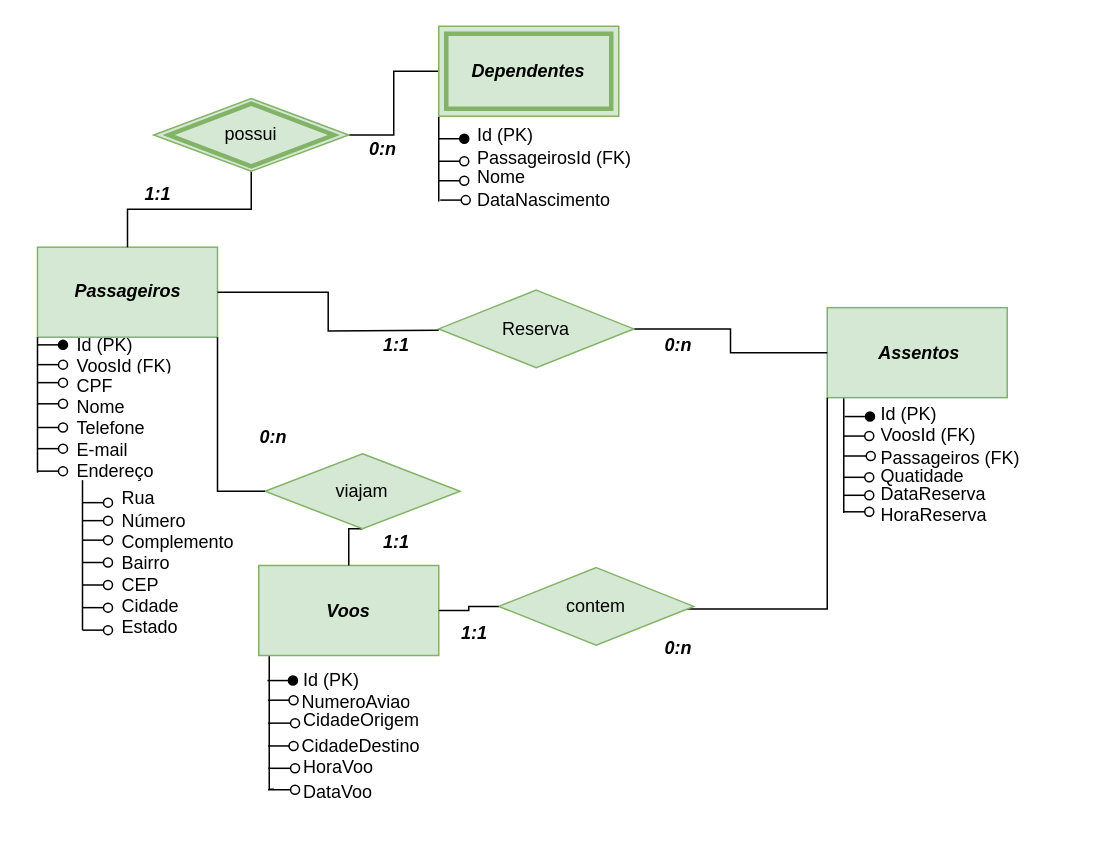
Earlier version of the draw.io diagram Cópia do Trabalho Prático.drawio (Kauasevergnini2475/Projetos-de-Software). Source tidied: cells renumbered, new cells numbered last; positions are measured from the earlier drawing's top-left corner, leaving out a move shared by most shapes. Both pictures are drawn from the tidied source at 150%, with x=0, y=0 at pixel (36, 26).
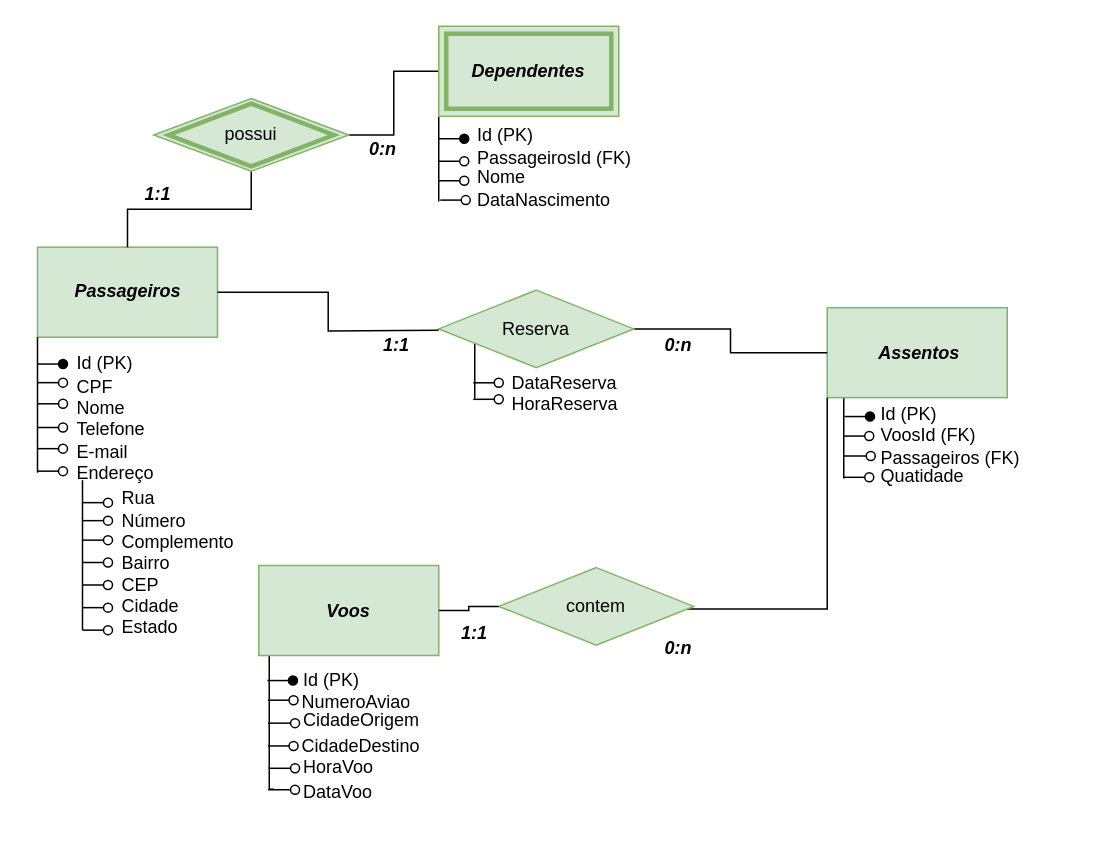
The same diagram, later.

Unchanged cells that the change refers to:
```xml
<mxCell id="6" style="group;" parent="5" vertex="1">
  <mxGeometry width="120" height="60" as="geometry" />
</mxCell>
<mxCell id="9" style="group;" parent="8" vertex="1">
  <mxGeometry width="120" height="60" as="geometry" />
</mxCell>
```

The edit, as a diff of the source:
```diff
@@
+    <mxCell id="86" style="endArrow=none;html=1;rounded=0;" parent="1" edge="1">
+      <mxGeometry relative="1" as="geometry">
+        <mxPoint x="292" y="248.1" as="sourcePoint" />
+        <mxPoint x="292" y="200" as="targetPoint" />
+      </mxGeometry>
+    </mxCell>
     <mxCell id="2" style="endArrow=none;html=1;rounded=0;" parent="1" edge="1">
       <mxGeometry relative="1" as="geometry">
-        <mxPoint x="538" y="324.5" as="sourcePoint" />
-        <mxPoint x="538" y="237.1" as="targetPoint" />
+        <mxPoint x="538" y="301.5" as="sourcePoint" />
+        <mxPoint x="538" y="214.1" as="targetPoint" />
       </mxGeometry>
     </mxCell>
@@
-    <mxCell id="28" value="Id (PK)&lt;br&gt;VoosId (FK)" style="text;strokeColor=none;fillColor=none;align=left;verticalAlign=middle;spacingLeft=4;spacingRight=4;overflow=hidden;whiteSpace=wrap;html=1;" parent="1" vertex="1">
-      <mxGeometry x="20.5" y="202.6" width="80" height="30" as="geometry" />
+    <mxCell id="28" value="Id (PK)&lt;br&gt;" style="text;strokeColor=none;fillColor=none;align=left;verticalAlign=middle;spacingLeft=4;spacingRight=4;overflow=hidden;whiteSpace=wrap;html=1;" parent="1" vertex="1">
+      <mxGeometry x="20.5" y="210" width="80" height="30" as="geometry" />
     </mxCell>
     <mxCell id="29" value="CPF&lt;br&gt;Nome Telefone&lt;br&gt;E-mail Endereço" style="text;strokeColor=none;fillColor=none;align=left;verticalAlign=middle;spacingLeft=4;spacingRight=4;overflow=hidden;whiteSpace=wrap;html=1;" parent="1" vertex="1">
-      <mxGeometry x="20.5" y="227.6" width="90" height="80" as="geometry" />
+      <mxGeometry x="20.5" y="230" width="90" height="77.6" as="geometry" />
     </mxCell>
@@
     <mxCell id="33" value="&lt;br&gt;DataReserva&lt;br&gt;HoraReserva" style="text;strokeColor=none;fillColor=none;align=left;verticalAlign=middle;spacingLeft=4;spacingRight=4;overflow=hidden;whiteSpace=wrap;html=1;" parent="1" vertex="1">
-      <mxGeometry x="557" y="288.5" width="140" height="43.8" as="geometry" />
+      <mxGeometry x="311" y="214" width="140" height="43.8" as="geometry" />
     </mxCell>
-    <mxCell id="34" style="edgeStyle=orthogonalEdgeStyle;rounded=0;jettySize=auto;html=1;exitX=0.5;exitY=1;exitDx=0;exitDy=0;entryX=0.5;entryY=0;entryDx=0;entryDy=0;endArrow=none;endFill=0;" parent="1" edge="1" source="35" target="6">
-      <mxGeometry relative="1" as="geometry" />
-    </mxCell>
-    <mxCell id="35" value="viajam" style="rhombus;whiteSpace=wrap;html=1;fillColor=#d5e8d4;strokeColor=#82b366;" parent="1" vertex="1">
-      <mxGeometry x="152.2" y="285" width="130" height="50" as="geometry" />
-    </mxCell>
@@
     <mxCell id="65" style="edgeStyle=orthogonalEdgeStyle;rounded=0;orthogonalLoop=1;jettySize=auto;html=1;exitX=0.59;exitY=0.997;exitDx=0;exitDy=0;endArrow=oval;endFill=1;exitPerimeter=0;" parent="1" edge="1">
       <mxGeometry relative="1" as="geometry">
-        <mxPoint x="0.5" y="212.4" as="sourcePoint" />
-        <mxPoint x="17.5" y="212.4" as="targetPoint" />
+        <mxPoint x="0.5" y="225.2" as="sourcePoint" />
+        <mxPoint x="17.5" y="225.2" as="targetPoint" />
       </mxGeometry>
     </mxCell>
@@
-    <mxCell id="74" style="edgeStyle=orthogonalEdgeStyle;rounded=0;jettySize=auto;html=1;exitX=1;exitY=1;exitDx=0;exitDy=0;entryX=0;entryY=0.5;entryDx=0;entryDy=0;endArrow=none;endFill=0;" parent="1" edge="1" source="9" target="35">
-      <mxGeometry relative="1" as="geometry" />
-    </mxCell>
-    <mxCell id="75" style="edgeStyle=orthogonalEdgeStyle;rounded=0;orthogonalLoop=1;jettySize=auto;html=1;exitX=0.59;exitY=0.997;exitDx=0;exitDy=0;endArrow=oval;endFill=0;exitPerimeter=0;" parent="1" edge="1">
-      <mxGeometry relative="1" as="geometry">
-        <mxPoint x="0.5" y="225.6" as="sourcePoint" />
-        <mxPoint x="17.5" y="225.6" as="targetPoint" />
-      </mxGeometry>
-    </mxCell>
@@
     <mxCell id="80" style="edgeStyle=orthogonalEdgeStyle;rounded=0;orthogonalLoop=1;jettySize=auto;html=1;exitX=0.59;exitY=0.997;exitDx=0;exitDy=0;endArrow=oval;endFill=0;exitPerimeter=0;" parent="1" edge="1">
       <mxGeometry relative="1" as="geometry">
-        <mxPoint x="538" y="312.7" as="sourcePoint" />
-        <mxPoint x="555" y="312.7" as="targetPoint" />
+        <mxPoint x="291" y="237.7" as="sourcePoint" />
+        <mxPoint x="308" y="237.7" as="targetPoint" />
       </mxGeometry>
     </mxCell>
     <mxCell id="81" style="edgeStyle=orthogonalEdgeStyle;rounded=0;orthogonalLoop=1;jettySize=auto;html=1;exitX=0.59;exitY=0.997;exitDx=0;exitDy=0;endArrow=oval;endFill=0;exitPerimeter=0;" parent="1" edge="1">
       <mxGeometry relative="1" as="geometry">
-        <mxPoint x="538" y="323.7" as="sourcePoint" />
-        <mxPoint x="555" y="323.7" as="targetPoint" />
+        <mxPoint x="291" y="248.7" as="sourcePoint" />
+        <mxPoint x="308" y="248.7" as="targetPoint" />
       </mxGeometry>
     </mxCell>
@@
-    <mxCell id="84" value="&lt;i&gt;&lt;b&gt;1:1&lt;/b&gt;&lt;/i&gt;" style="text;html=1;strokeColor=none;fillColor=none;align=center;verticalAlign=middle;whiteSpace=wrap;rounded=0;" parent="1" vertex="1">
-      <mxGeometry x="209.6" y="329.4" width="60" height="30" as="geometry" />
-    </mxCell>
-    <mxCell id="85" value="&lt;i&gt;&lt;b&gt;0:n&lt;/b&gt;&lt;/i&gt;" style="text;html=1;strokeColor=none;fillColor=none;align=center;verticalAlign=middle;whiteSpace=wrap;rounded=0;" parent="1" vertex="1">
-      <mxGeometry x="128" y="258.5" width="60" height="30" as="geometry" />
-    </mxCell>
```
